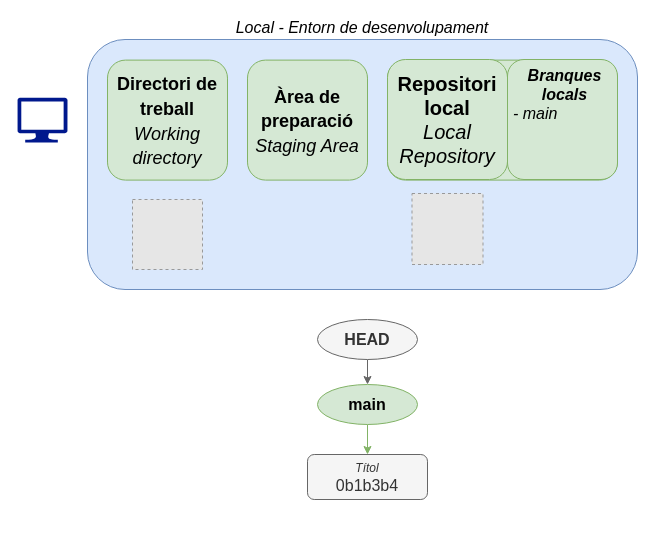
Earlier version of the draw.io diagram docs/apunts/02_branques/img/branques_inicial.drawio (joapuiib/curs-git). Source tidied: cells renumbered, new cells numbered last; positions are measured from the earlier drawing's top-left corner, leaving out a move shared by most shapes. Both pictures are drawn from the tidied source at 100%, with x=0, y=0 at pixel (17, 39). Pictures stored in the file or linked from it are replaced by grey dashed boxes.
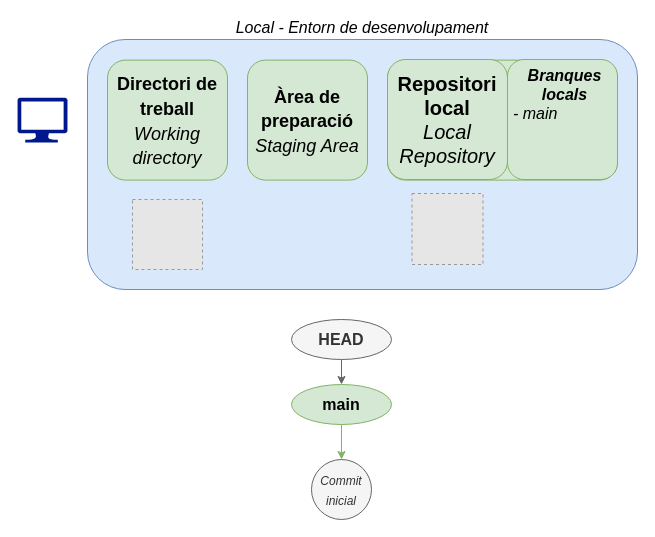
Above is the later version.

Change to the diagram source:
```diff
@@
 <mxGraphModel>
   <root>
     <mxCell id="0" />
     <mxCell id="1" parent="0" />
     <mxCell id="2" value="&lt;i&gt;Local - Entorn de desenvolupament&lt;/i&gt;" style="rounded=1;whiteSpace=wrap;html=1;verticalAlign=bottom;labelPosition=center;verticalLabelPosition=top;align=center;textDirection=ltr;labelBackgroundColor=none;spacingTop=0;spacing=2;fontSize=16;fillColor=#dae8fc;strokeColor=#6c8ebf;" parent="1" vertex="1">
       <mxGeometry x="70" width="550" height="250" as="geometry" />
     </mxCell>
     <mxCell id="3" style="sketch=0;shadow=0;dashed=0;html=1;strokeColor=none;labelPosition=center;verticalLabelPosition=bottom;verticalAlign=top;align=center;fillColor=#00188D;shape=mxgraph.azure.computer;" parent="1" vertex="1">
       <mxGeometry y="58.1" width="50" height="45" as="geometry" />
     </mxCell>
     <mxCell id="4" style="rounded=1;whiteSpace=wrap;html=1;fontSize=20;fillColor=#d5e8d4;strokeColor=#82b366;" parent="1" vertex="1">
       <mxGeometry x="370" y="20.6" width="230" height="120" as="geometry" />
     </mxCell>
     <mxCell id="5" value="&lt;b&gt;Repositori local&lt;/b&gt;&lt;i&gt;&lt;br&gt;Local Repository&lt;/i&gt;" style="rounded=1;whiteSpace=wrap;html=1;fontSize=20;fillColor=#d5e8d4;strokeColor=#82b366;" parent="1" vertex="1">
       <mxGeometry x="370" y="20" width="120" height="120" as="geometry" />
     </mxCell>
     <mxCell id="6" value="&lt;b style=&quot;border-color: var(--border-color); font-size: 18px;&quot;&gt;Àrea de preparació&lt;/b&gt;&lt;br style=&quot;border-color: var(--border-color); font-size: 18px;&quot;&gt;&lt;i style=&quot;border-color: var(--border-color); font-size: 18px;&quot;&gt;Staging Area&lt;/i&gt;" style="rounded=1;whiteSpace=wrap;html=1;fontSize=20;fillColor=#d5e8d4;strokeColor=#82b366;" parent="1" vertex="1">
       <mxGeometry x="230" y="20.6" width="120" height="120" as="geometry" />
     </mxCell>
     <mxCell id="7" value="&lt;b style=&quot;border-color: var(--border-color); font-size: 18px;&quot;&gt;Directori de treball&lt;/b&gt;&lt;br style=&quot;border-color: var(--border-color); font-size: 18px;&quot;&gt;&lt;i style=&quot;border-color: var(--border-color); font-size: 18px;&quot;&gt;Working directory&lt;/i&gt;" style="rounded=1;whiteSpace=wrap;html=1;fontSize=20;fillColor=#d5e8d4;strokeColor=#82b366;" parent="1" vertex="1">
       <mxGeometry x="90" y="20.6" width="120" height="120" as="geometry" />
     </mxCell>
     <mxCell id="8" style="fillColor=#E6E6E6;strokeColor=#999999;dashed=1;verticalLabelPosition=bottom;verticalAlign=top;" parent="1" vertex="1">
       <mxGeometry x="115" y="160" width="70" height="70" as="geometry" />
     </mxCell>
     <mxCell id="9" style="fillColor=#E6E6E6;strokeColor=#999999;dashed=1;verticalLabelPosition=bottom;verticalAlign=top;" parent="1" vertex="1">
       <mxGeometry x="394.5" y="154" width="71" height="71" as="geometry" />
     </mxCell>
     <mxCell id="10" value="&lt;i style=&quot;&quot;&gt;&lt;b style=&quot;font-size: 16px;&quot;&gt;Branques locals&lt;/b&gt;&lt;br style=&quot;font-size: 16px;&quot;&gt;&lt;div style=&quot;text-align: left;&quot;&gt;&lt;span style=&quot;background-color: initial;&quot;&gt;- main&lt;/span&gt;&lt;br&gt;&lt;/div&gt;&lt;/i&gt;" style="rounded=1;whiteSpace=wrap;html=1;fontSize=16;fillColor=#d5e8d4;strokeColor=#82b366;verticalAlign=top;spacingLeft=5;" parent="1" vertex="1">
       <mxGeometry x="490" y="20" width="110" height="120" as="geometry" />
     </mxCell>
-    <mxCell id="11" value="&lt;div style=&quot;line-height: 100%;&quot;&gt;&lt;font style=&quot;font-size: 12px;&quot;&gt;&lt;i&gt;Títol&lt;/i&gt;&lt;/font&gt;&lt;/div&gt;0b1b3b4" style="rounded=1;whiteSpace=wrap;html=1;fontSize=16;fillColor=#f5f5f5;strokeColor=#666666;fontColor=#333333;" parent="1" vertex="1">
-      <mxGeometry x="290" y="415" width="120" height="45" as="geometry" />
-    </mxCell>
-    <mxCell id="12" style="rounded=0;jettySize=auto;html=1;exitX=0.5;exitY=1;exitDx=0;exitDy=0;fillColor=#d5e8d4;strokeColor=#82b366;" parent="1" edge="1" source="13" target="11">
+    <mxCell id="12" style="rounded=0;jettySize=auto;html=1;exitX=0.5;exitY=1;exitDx=0;exitDy=0;fillColor=#d5e8d4;strokeColor=#82b366;" parent="1" edge="1" source="13" target="16">
       <mxGeometry relative="1" as="geometry" />
     </mxCell>
     <mxCell id="13" value="main" style="ellipse;whiteSpace=wrap;html=1;fillColor=#d5e8d4;strokeColor=#82b366;fontSize=16;fontStyle=1;" parent="1" vertex="1">
-      <mxGeometry x="300" y="345" width="100" height="40" as="geometry" />
+      <mxGeometry x="274" y="345" width="100" height="40" as="geometry" />
     </mxCell>
     <mxCell id="14" style="edgeStyle=orthogonalEdgeStyle;rounded=0;jettySize=auto;html=1;exitX=0.5;exitY=1;exitDx=0;exitDy=0;fillColor=#f5f5f5;strokeColor=#666666;" parent="1" edge="1" source="15" target="13">
       <mxGeometry relative="1" as="geometry" />
     </mxCell>
     <mxCell id="15" value="HEAD" style="ellipse;whiteSpace=wrap;html=1;fillColor=#f5f5f5;strokeColor=#666666;fontSize=16;fontStyle=1;fontColor=#333333;" parent="1" vertex="1">
-      <mxGeometry x="300" y="280" width="100" height="40" as="geometry" />
+      <mxGeometry x="274" y="280" width="100" height="40" as="geometry" />
     </mxCell>
+    <mxCell id="16" value="&lt;i style=&quot;font-size: 16px;&quot;&gt;&lt;font style=&quot;font-size: 12px;&quot;&gt;Commit inicial&lt;/font&gt;&lt;/i&gt;" style="ellipse;whiteSpace=wrap;html=1;fillColor=#f5f5f5;fontColor=#333333;strokeColor=#666666;" parent="1" vertex="1">
+      <mxGeometry x="294" y="420" width="60" height="60" as="geometry" />
+    </mxCell>
   </root>
 </mxGraphModel>
```
